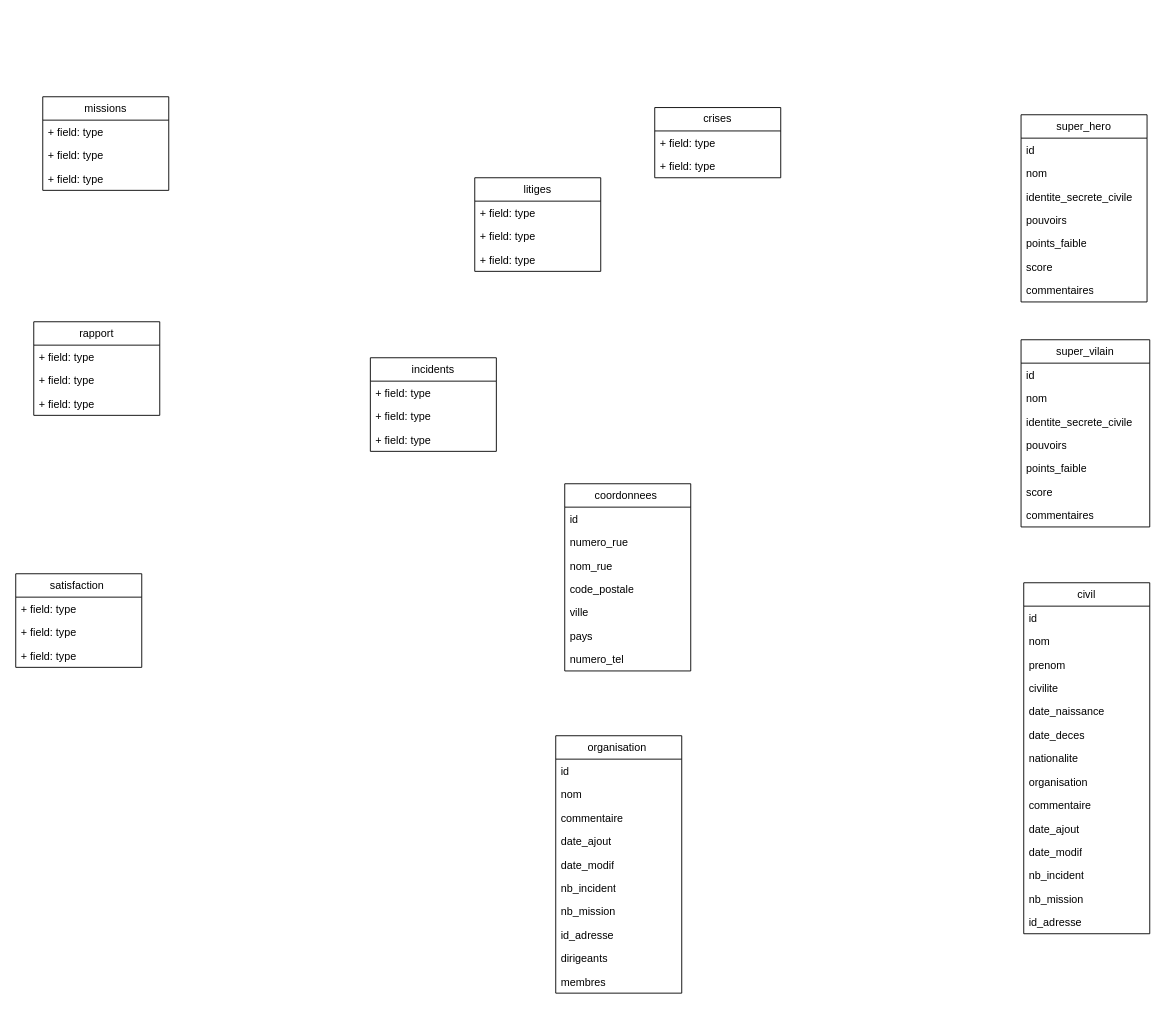
tymacz/avengers keeps this draw.io diagram as avenger.drawio. Above is the earlier version. Source tidied: cells renumbered, new cells numbered last; positions are measured from the earlier drawing's top-left corner, leaving out a move shared by most shapes. Both pictures are drawn from the tidied source at 90%, with x=0, y=0 at pixel (15, 96).
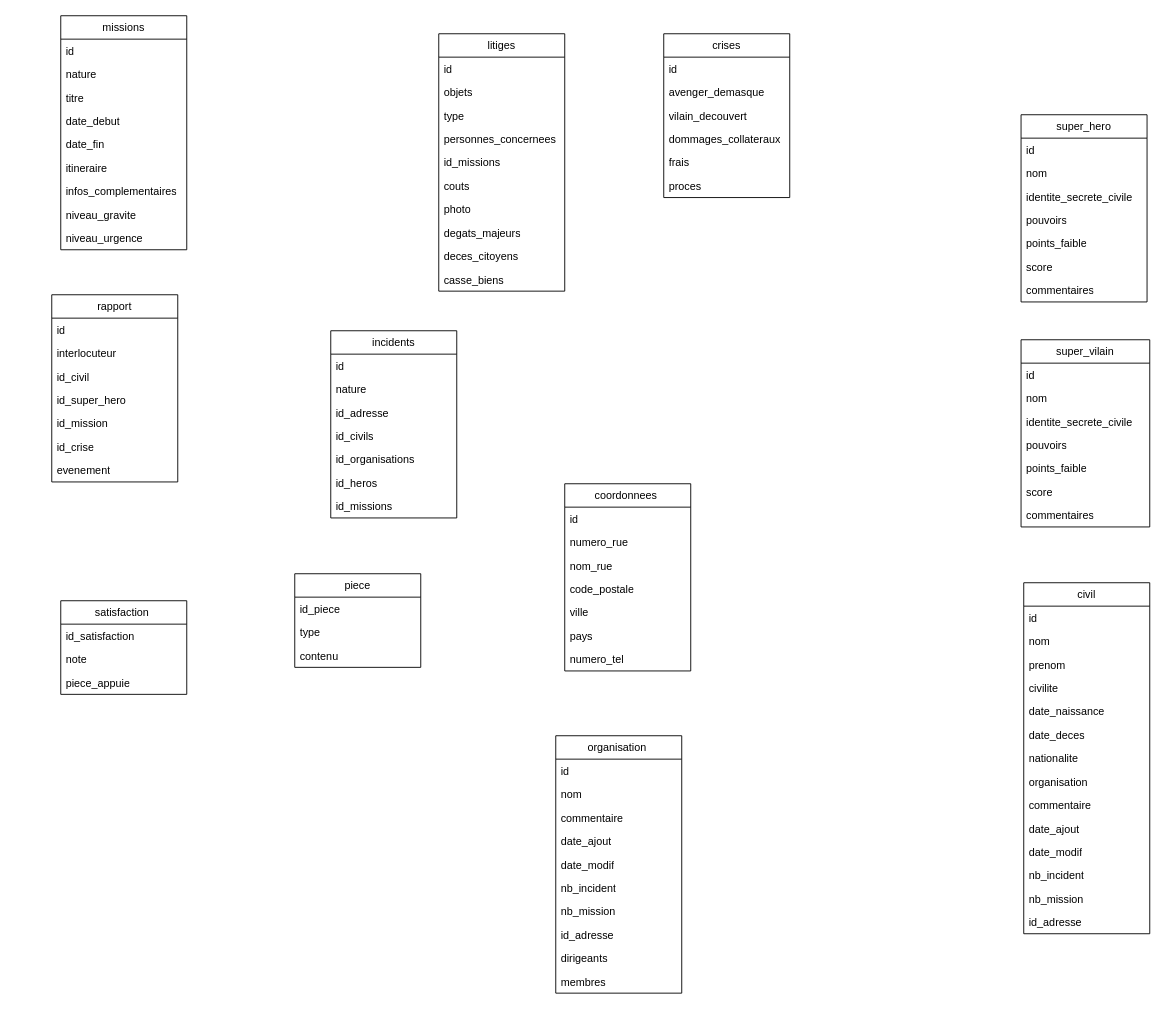
The same diagram, later.

Commit message (it also covers changes not shown here):
Mettre à jour avenger.drawio

What changed in the source:
```diff
@@
     <mxCell id="25" value="missions" style="swimlane;fontStyle=0;horizontal=1;startSize=26;fillColor=none;whiteSpace=wrap;html=1;" parent="1" vertex="1">
-      <mxGeometry x="30" width="140" height="104" as="geometry" />
+      <mxGeometry x="50" y="-90" width="140" height="260" as="geometry" />
     </mxCell>
-    <mxCell id="26" value="+ field: type" style="text;strokeColor=none;fillColor=none;align=left;verticalAlign=top;spacingLeft=4;spacingRight=4;overflow=hidden;whiteSpace=wrap;html=1;" parent="25" vertex="1">
+    <mxCell id="26" value="id" style="text;strokeColor=none;fillColor=none;align=left;verticalAlign=top;spacingLeft=4;spacingRight=4;overflow=hidden;whiteSpace=wrap;html=1;" parent="25" vertex="1">
       <mxGeometry y="26" width="140" height="26" as="geometry" />
     </mxCell>
-    <mxCell id="27" value="+ field: type" style="text;strokeColor=none;fillColor=none;align=left;verticalAlign=top;spacingLeft=4;spacingRight=4;overflow=hidden;whiteSpace=wrap;html=1;" parent="25" vertex="1">
+    <mxCell id="27" value="nature" style="text;strokeColor=none;fillColor=none;align=left;verticalAlign=top;spacingLeft=4;spacingRight=4;overflow=hidden;whiteSpace=wrap;html=1;" parent="25" vertex="1">
       <mxGeometry y="52" width="140" height="26" as="geometry" />
     </mxCell>
-    <mxCell id="28" value="+ field: type" style="text;strokeColor=none;fillColor=none;align=left;verticalAlign=top;spacingLeft=4;spacingRight=4;overflow=hidden;whiteSpace=wrap;html=1;" parent="25" vertex="1">
+    <mxCell id="28" value="titre" style="text;strokeColor=none;fillColor=none;align=left;verticalAlign=top;spacingLeft=4;spacingRight=4;overflow=hidden;whiteSpace=wrap;html=1;" parent="25" vertex="1">
       <mxGeometry y="78" width="140" height="26" as="geometry" />
     </mxCell>
+    <mxCell id="75" value="date_debut" style="text;strokeColor=none;fillColor=none;align=left;verticalAlign=top;spacingLeft=4;spacingRight=4;overflow=hidden;whiteSpace=wrap;html=1;" parent="25" vertex="1">
+      <mxGeometry y="104" width="140" height="26" as="geometry" />
+    </mxCell>
+    <mxCell id="76" value="date_fin" style="text;strokeColor=none;fillColor=none;align=left;verticalAlign=top;spacingLeft=4;spacingRight=4;overflow=hidden;whiteSpace=wrap;html=1;" parent="25" vertex="1">
+      <mxGeometry y="130" width="140" height="26" as="geometry" />
+    </mxCell>
+    <mxCell id="77" value="itineraire&amp;nbsp;" style="text;strokeColor=none;fillColor=none;align=left;verticalAlign=top;spacingLeft=4;spacingRight=4;overflow=hidden;whiteSpace=wrap;html=1;" parent="25" vertex="1">
+      <mxGeometry y="156" width="140" height="26" as="geometry" />
+    </mxCell>
+    <mxCell id="78" value="infos_complementaires" style="text;strokeColor=none;fillColor=none;align=left;verticalAlign=top;spacingLeft=4;spacingRight=4;overflow=hidden;whiteSpace=wrap;html=1;" parent="25" vertex="1">
+      <mxGeometry y="182" width="140" height="26" as="geometry" />
+    </mxCell>
+    <mxCell id="79" value="niveau_gravite" style="text;strokeColor=none;fillColor=none;align=left;verticalAlign=top;spacingLeft=4;spacingRight=4;overflow=hidden;whiteSpace=wrap;html=1;" parent="25" vertex="1">
+      <mxGeometry y="208" width="140" height="26" as="geometry" />
+    </mxCell>
+    <mxCell id="80" value="niveau_urgence" style="text;strokeColor=none;fillColor=none;align=left;verticalAlign=top;spacingLeft=4;spacingRight=4;overflow=hidden;whiteSpace=wrap;html=1;" parent="25" vertex="1">
+      <mxGeometry y="234" width="140" height="26" as="geometry" />
+    </mxCell>
     <mxCell id="29" value="rapport" style="swimlane;fontStyle=0;horizontal=1;startSize=26;fillColor=none;whiteSpace=wrap;html=1;" parent="1" vertex="1">
-      <mxGeometry x="20" y="250" width="140" height="104" as="geometry" />
+      <mxGeometry x="40" y="220" width="140" height="208" as="geometry" />
     </mxCell>
-    <mxCell id="30" value="+ field: type" style="text;strokeColor=none;fillColor=none;align=left;verticalAlign=top;spacingLeft=4;spacingRight=4;overflow=hidden;whiteSpace=wrap;html=1;" parent="29" vertex="1">
+    <mxCell id="30" value="id" style="text;strokeColor=none;fillColor=none;align=left;verticalAlign=top;spacingLeft=4;spacingRight=4;overflow=hidden;whiteSpace=wrap;html=1;" parent="29" vertex="1">
       <mxGeometry y="26" width="140" height="26" as="geometry" />
     </mxCell>
-    <mxCell id="31" value="+ field: type" style="text;strokeColor=none;fillColor=none;align=left;verticalAlign=top;spacingLeft=4;spacingRight=4;overflow=hidden;whiteSpace=wrap;html=1;" parent="29" vertex="1">
+    <mxCell id="31" value="interlocuteur" style="text;strokeColor=none;fillColor=none;align=left;verticalAlign=top;spacingLeft=4;spacingRight=4;overflow=hidden;whiteSpace=wrap;html=1;" parent="29" vertex="1">
       <mxGeometry y="52" width="140" height="26" as="geometry" />
     </mxCell>
-    <mxCell id="32" value="+ field: type" style="text;strokeColor=none;fillColor=none;align=left;verticalAlign=top;spacingLeft=4;spacingRight=4;overflow=hidden;whiteSpace=wrap;html=1;" parent="29" vertex="1">
+    <mxCell id="32" value="id_civil" style="text;strokeColor=none;fillColor=none;align=left;verticalAlign=top;spacingLeft=4;spacingRight=4;overflow=hidden;whiteSpace=wrap;html=1;" parent="29" vertex="1">
       <mxGeometry y="78" width="140" height="26" as="geometry" />
     </mxCell>
-    <mxCell id="33" value="crises" style="swimlane;fontStyle=0;horizontal=1;startSize=26;fillColor=none;whiteSpace=wrap;html=1;" parent="1" vertex="1">
-      <mxGeometry x="710" y="12" width="140" height="78" as="geometry" />
-    </mxCell>
-    <mxCell id="34" value="+ field: type" style="text;strokeColor=none;fillColor=none;align=left;verticalAlign=top;spacingLeft=4;spacingRight=4;overflow=hidden;whiteSpace=wrap;html=1;" parent="33" vertex="1">
-      <mxGeometry y="26" width="140" height="26" as="geometry" />
-    </mxCell>
-    <mxCell id="35" value="+ field: type" style="text;strokeColor=none;fillColor=none;align=left;verticalAlign=top;spacingLeft=4;spacingRight=4;overflow=hidden;whiteSpace=wrap;html=1;" parent="33" vertex="1">
-      <mxGeometry y="52" width="140" height="26" as="geometry" />
-    </mxCell>
+    <mxCell id="81" value="id_super_hero" style="text;strokeColor=none;fillColor=none;align=left;verticalAlign=top;spacingLeft=4;spacingRight=4;overflow=hidden;whiteSpace=wrap;html=1;" parent="29" vertex="1">
+      <mxGeometry y="104" width="140" height="26" as="geometry" />
+    </mxCell>
+    <mxCell id="82" value="id_mission" style="text;strokeColor=none;fillColor=none;align=left;verticalAlign=top;spacingLeft=4;spacingRight=4;overflow=hidden;whiteSpace=wrap;html=1;" parent="29" vertex="1">
+      <mxGeometry y="130" width="140" height="26" as="geometry" />
+    </mxCell>
+    <mxCell id="83" value="id_crise" style="text;strokeColor=none;fillColor=none;align=left;verticalAlign=top;spacingLeft=4;spacingRight=4;overflow=hidden;whiteSpace=wrap;html=1;" parent="29" vertex="1">
+      <mxGeometry y="156" width="140" height="26" as="geometry" />
+    </mxCell>
+    <mxCell id="84" value="evenement" style="text;strokeColor=none;fillColor=none;align=left;verticalAlign=top;spacingLeft=4;spacingRight=4;overflow=hidden;whiteSpace=wrap;html=1;" parent="29" vertex="1">
+      <mxGeometry y="182" width="140" height="26" as="geometry" />
+    </mxCell>
     <mxCell id="36" value="litiges" style="swimlane;fontStyle=0;horizontal=1;startSize=26;fillColor=none;whiteSpace=wrap;html=1;" parent="1" vertex="1">
-      <mxGeometry x="510" y="90" width="140" height="104" as="geometry" />
+      <mxGeometry x="470" y="-70" width="140" height="286" as="geometry" />
     </mxCell>
+    <mxCell id="85" value="id" style="text;strokeColor=none;fillColor=none;align=left;verticalAlign=top;spacingLeft=4;spacingRight=4;overflow=hidden;whiteSpace=wrap;html=1;" parent="36" vertex="1">
+      <mxGeometry y="26" width="140" height="26" as="geometry" />
+    </mxCell>
-    <mxCell id="37" value="+ field: type" style="text;strokeColor=none;fillColor=none;align=left;verticalAlign=top;spacingLeft=4;spacingRight=4;overflow=hidden;whiteSpace=wrap;html=1;" parent="36" vertex="1">
-      <mxGeometry y="26" width="140" height="26" as="geometry" />
+    <mxCell id="37" value="objets" style="text;strokeColor=none;fillColor=none;align=left;verticalAlign=top;spacingLeft=4;spacingRight=4;overflow=hidden;whiteSpace=wrap;html=1;" parent="36" vertex="1">
+      <mxGeometry y="52" width="140" height="26" as="geometry" />
     </mxCell>
-    <mxCell id="38" value="+ field: type" style="text;strokeColor=none;fillColor=none;align=left;verticalAlign=top;spacingLeft=4;spacingRight=4;overflow=hidden;whiteSpace=wrap;html=1;" parent="36" vertex="1">
-      <mxGeometry y="52" width="140" height="26" as="geometry" />
+    <mxCell id="38" value="type" style="text;strokeColor=none;fillColor=none;align=left;verticalAlign=top;spacingLeft=4;spacingRight=4;overflow=hidden;whiteSpace=wrap;html=1;" parent="36" vertex="1">
+      <mxGeometry y="78" width="140" height="26" as="geometry" />
     </mxCell>
+    <mxCell id="86" value="personnes_concernees" style="text;strokeColor=none;fillColor=none;align=left;verticalAlign=top;spacingLeft=4;spacingRight=4;overflow=hidden;whiteSpace=wrap;html=1;" parent="36" vertex="1">
+      <mxGeometry y="104" width="140" height="26" as="geometry" />
+    </mxCell>
+    <mxCell id="87" value="id_missions" style="text;strokeColor=none;fillColor=none;align=left;verticalAlign=top;spacingLeft=4;spacingRight=4;overflow=hidden;whiteSpace=wrap;html=1;" parent="36" vertex="1">
+      <mxGeometry y="130" width="140" height="26" as="geometry" />
+    </mxCell>
+    <mxCell id="88" value="couts" style="text;strokeColor=none;fillColor=none;align=left;verticalAlign=top;spacingLeft=4;spacingRight=4;overflow=hidden;whiteSpace=wrap;html=1;" parent="36" vertex="1">
+      <mxGeometry y="156" width="140" height="26" as="geometry" />
+    </mxCell>
+    <mxCell id="89" value="photo" style="text;strokeColor=none;fillColor=none;align=left;verticalAlign=top;spacingLeft=4;spacingRight=4;overflow=hidden;whiteSpace=wrap;html=1;" parent="36" vertex="1">
+      <mxGeometry y="182" width="140" height="26" as="geometry" />
+    </mxCell>
+    <mxCell id="90" value="degats_majeurs" style="text;strokeColor=none;fillColor=none;align=left;verticalAlign=top;spacingLeft=4;spacingRight=4;overflow=hidden;whiteSpace=wrap;html=1;" parent="36" vertex="1">
+      <mxGeometry y="208" width="140" height="26" as="geometry" />
+    </mxCell>
+    <mxCell id="91" value="deces_citoyens" style="text;strokeColor=none;fillColor=none;align=left;verticalAlign=top;spacingLeft=4;spacingRight=4;overflow=hidden;whiteSpace=wrap;html=1;" parent="36" vertex="1">
+      <mxGeometry y="234" width="140" height="26" as="geometry" />
+    </mxCell>
-    <mxCell id="39" value="+ field: type" style="text;strokeColor=none;fillColor=none;align=left;verticalAlign=top;spacingLeft=4;spacingRight=4;overflow=hidden;whiteSpace=wrap;html=1;" parent="36" vertex="1">
-      <mxGeometry y="78" width="140" height="26" as="geometry" />
+    <mxCell id="39" value="casse_biens" style="text;strokeColor=none;fillColor=none;align=left;verticalAlign=top;spacingLeft=4;spacingRight=4;overflow=hidden;whiteSpace=wrap;html=1;" parent="36" vertex="1">
+      <mxGeometry y="260" width="140" height="26" as="geometry" />
     </mxCell>
-    <mxCell id="40" value="incidents" style="swimlane;fontStyle=0;horizontal=1;startSize=26;fillColor=none;whiteSpace=wrap;html=1;" parent="1" vertex="1">
-      <mxGeometry x="394" y="290" width="140" height="104" as="geometry" />
-    </mxCell>
-    <mxCell id="41" value="+ field: type" style="text;strokeColor=none;fillColor=none;align=left;verticalAlign=top;spacingLeft=4;spacingRight=4;overflow=hidden;whiteSpace=wrap;html=1;" parent="40" vertex="1">
-      <mxGeometry y="26" width="140" height="26" as="geometry" />
-    </mxCell>
-    <mxCell id="42" value="+ field: type" style="text;strokeColor=none;fillColor=none;align=left;verticalAlign=top;spacingLeft=4;spacingRight=4;overflow=hidden;whiteSpace=wrap;html=1;" parent="40" vertex="1">
-      <mxGeometry y="52" width="140" height="26" as="geometry" />
-    </mxCell>
-    <mxCell id="43" value="+ field: type" style="text;strokeColor=none;fillColor=none;align=left;verticalAlign=top;spacingLeft=4;spacingRight=4;overflow=hidden;whiteSpace=wrap;html=1;" parent="40" vertex="1">
-      <mxGeometry y="78" width="140" height="26" as="geometry" />
-    </mxCell>
     <mxCell id="44" value="satisfaction&amp;nbsp;" style="swimlane;fontStyle=0;horizontal=1;startSize=26;fillColor=none;whiteSpace=wrap;html=1;" parent="1" vertex="1">
-      <mxGeometry y="530" width="140" height="104" as="geometry" />
+      <mxGeometry x="50" y="560" width="140" height="104" as="geometry" />
     </mxCell>
-    <mxCell id="45" value="+ field: type" style="text;strokeColor=none;fillColor=none;align=left;verticalAlign=top;spacingLeft=4;spacingRight=4;overflow=hidden;whiteSpace=wrap;html=1;" parent="44" vertex="1">
-      <mxGeometry y="26" width="140" height="26" as="geometry" />
-    </mxCell>
-    <mxCell id="46" value="+ field: type" style="text;strokeColor=none;fillColor=none;align=left;verticalAlign=top;spacingLeft=4;spacingRight=4;overflow=hidden;whiteSpace=wrap;html=1;" parent="44" vertex="1">
-      <mxGeometry y="52" width="140" height="26" as="geometry" />
-    </mxCell>
-    <mxCell id="47" value="+ field: type" style="text;strokeColor=none;fillColor=none;align=left;verticalAlign=top;spacingLeft=4;spacingRight=4;overflow=hidden;whiteSpace=wrap;html=1;" parent="44" vertex="1">
-      <mxGeometry y="78" width="140" height="26" as="geometry" />
-    </mxCell>
+    <mxCell id="92" value="id_satisfaction" style="text;strokeColor=none;fillColor=none;align=left;verticalAlign=top;spacingLeft=4;spacingRight=4;overflow=hidden;whiteSpace=wrap;html=1;" parent="44" vertex="1">
+      <mxGeometry y="26" width="140" height="26" as="geometry" />
+    </mxCell>
+    <mxCell id="93" value="note" style="text;strokeColor=none;fillColor=none;align=left;verticalAlign=top;spacingLeft=4;spacingRight=4;overflow=hidden;whiteSpace=wrap;html=1;" parent="44" vertex="1">
+      <mxGeometry y="52" width="140" height="26" as="geometry" />
+    </mxCell>
+    <mxCell id="94" value="piece_appuie" style="text;strokeColor=none;fillColor=none;align=left;verticalAlign=top;spacingLeft=4;spacingRight=4;overflow=hidden;whiteSpace=wrap;html=1;" parent="44" vertex="1">
+      <mxGeometry y="78" width="140" height="26" as="geometry" />
+    </mxCell>
@@
+    <mxCell id="95" value="piece" style="swimlane;fontStyle=0;horizontal=1;startSize=26;fillColor=none;whiteSpace=wrap;html=1;" parent="1" vertex="1">
+      <mxGeometry x="310" y="530" width="140" height="104" as="geometry" />
+    </mxCell>
+    <mxCell id="96" value="id_piece" style="text;strokeColor=none;fillColor=none;align=left;verticalAlign=top;spacingLeft=4;spacingRight=4;overflow=hidden;whiteSpace=wrap;html=1;" parent="95" vertex="1">
+      <mxGeometry y="26" width="140" height="26" as="geometry" />
+    </mxCell>
+    <mxCell id="97" value="type" style="text;strokeColor=none;fillColor=none;align=left;verticalAlign=top;spacingLeft=4;spacingRight=4;overflow=hidden;whiteSpace=wrap;html=1;" parent="95" vertex="1">
+      <mxGeometry y="52" width="140" height="26" as="geometry" />
+    </mxCell>
+    <mxCell id="98" value="contenu" style="text;strokeColor=none;fillColor=none;align=left;verticalAlign=top;spacingLeft=4;spacingRight=4;overflow=hidden;whiteSpace=wrap;html=1;" parent="95" vertex="1">
+      <mxGeometry y="78" width="140" height="26" as="geometry" />
+    </mxCell>
+    <mxCell id="33" value="crises" style="swimlane;fontStyle=0;horizontal=1;startSize=26;fillColor=none;whiteSpace=wrap;html=1;" parent="1" vertex="1">
+      <mxGeometry x="720" y="-70" width="140" height="182" as="geometry" />
+    </mxCell>
+    <mxCell id="99" value="id" style="text;strokeColor=none;fillColor=none;align=left;verticalAlign=top;spacingLeft=4;spacingRight=4;overflow=hidden;whiteSpace=wrap;html=1;" parent="33" vertex="1">
+      <mxGeometry y="26" width="140" height="26" as="geometry" />
+    </mxCell>
+    <mxCell id="100" value="avenger_demasque" style="text;strokeColor=none;fillColor=none;align=left;verticalAlign=top;spacingLeft=4;spacingRight=4;overflow=hidden;whiteSpace=wrap;html=1;" parent="33" vertex="1">
+      <mxGeometry y="52" width="140" height="26" as="geometry" />
+    </mxCell>
+    <mxCell id="101" value="vilain_decouvert" style="text;strokeColor=none;fillColor=none;align=left;verticalAlign=top;spacingLeft=4;spacingRight=4;overflow=hidden;whiteSpace=wrap;html=1;" parent="33" vertex="1">
+      <mxGeometry y="78" width="140" height="26" as="geometry" />
+    </mxCell>
+    <mxCell id="102" value="dommages_collateraux" style="text;strokeColor=none;fillColor=none;align=left;verticalAlign=top;spacingLeft=4;spacingRight=4;overflow=hidden;whiteSpace=wrap;html=1;" parent="33" vertex="1">
+      <mxGeometry y="104" width="140" height="26" as="geometry" />
+    </mxCell>
+    <mxCell id="103" value="frais" style="text;strokeColor=none;fillColor=none;align=left;verticalAlign=top;spacingLeft=4;spacingRight=4;overflow=hidden;whiteSpace=wrap;html=1;" parent="33" vertex="1">
+      <mxGeometry y="130" width="140" height="26" as="geometry" />
+    </mxCell>
+    <mxCell id="104" value="proces" style="text;strokeColor=none;fillColor=none;align=left;verticalAlign=top;spacingLeft=4;spacingRight=4;overflow=hidden;whiteSpace=wrap;html=1;" parent="33" vertex="1">
+      <mxGeometry y="156" width="140" height="26" as="geometry" />
+    </mxCell>
+    <mxCell id="40" value="incidents" style="swimlane;fontStyle=0;horizontal=1;startSize=26;fillColor=none;whiteSpace=wrap;html=1;" parent="1" vertex="1">
+      <mxGeometry x="350" y="260" width="140" height="208" as="geometry" />
+    </mxCell>
+    <mxCell id="105" value="id" style="text;strokeColor=none;fillColor=none;align=left;verticalAlign=top;spacingLeft=4;spacingRight=4;overflow=hidden;whiteSpace=wrap;html=1;" parent="40" vertex="1">
+      <mxGeometry y="26" width="140" height="26" as="geometry" />
+    </mxCell>
+    <mxCell id="106" value="nature" style="text;strokeColor=none;fillColor=none;align=left;verticalAlign=top;spacingLeft=4;spacingRight=4;overflow=hidden;whiteSpace=wrap;html=1;" parent="40" vertex="1">
+      <mxGeometry y="52" width="140" height="26" as="geometry" />
+    </mxCell>
+    <mxCell id="107" value="id_adresse" style="text;strokeColor=none;fillColor=none;align=left;verticalAlign=top;spacingLeft=4;spacingRight=4;overflow=hidden;whiteSpace=wrap;html=1;" parent="40" vertex="1">
+      <mxGeometry y="78" width="140" height="26" as="geometry" />
+    </mxCell>
+    <mxCell id="108" value="id_civils" style="text;strokeColor=none;fillColor=none;align=left;verticalAlign=top;spacingLeft=4;spacingRight=4;overflow=hidden;whiteSpace=wrap;html=1;" parent="40" vertex="1">
+      <mxGeometry y="104" width="140" height="26" as="geometry" />
+    </mxCell>
+    <mxCell id="109" value="id_organisations" style="text;strokeColor=none;fillColor=none;align=left;verticalAlign=top;spacingLeft=4;spacingRight=4;overflow=hidden;whiteSpace=wrap;html=1;" parent="40" vertex="1">
+      <mxGeometry y="130" width="140" height="26" as="geometry" />
+    </mxCell>
+    <mxCell id="110" value="id_heros" style="text;strokeColor=none;fillColor=none;align=left;verticalAlign=top;spacingLeft=4;spacingRight=4;overflow=hidden;whiteSpace=wrap;html=1;" parent="40" vertex="1">
+      <mxGeometry y="156" width="140" height="26" as="geometry" />
+    </mxCell>
+    <mxCell id="111" value="id_missions" style="text;strokeColor=none;fillColor=none;align=left;verticalAlign=top;spacingLeft=4;spacingRight=4;overflow=hidden;whiteSpace=wrap;html=1;" parent="40" vertex="1">
+      <mxGeometry y="182" width="140" height="26" as="geometry" />
+    </mxCell>
```
